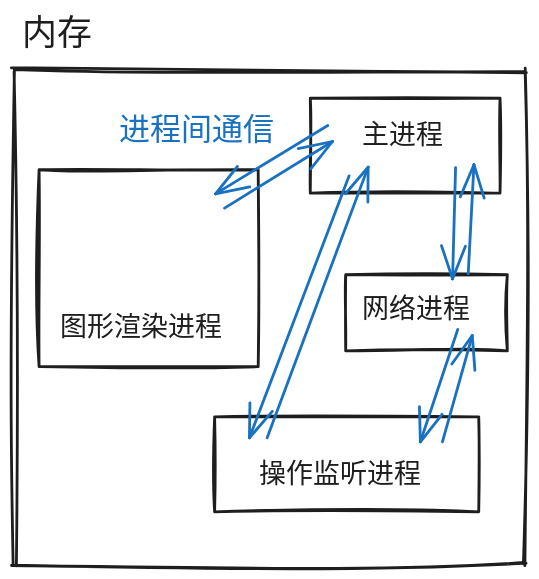
Above: 前端相关/浏览器原理/images/ram-multiprocess.svg in Linho1219/LinhoNotes (Excalidraw), before the change. Source tidied: one line per element, renumbered; positions are measured from the earlier drawing's top-left corner, leaving out a move shared by most shapes.
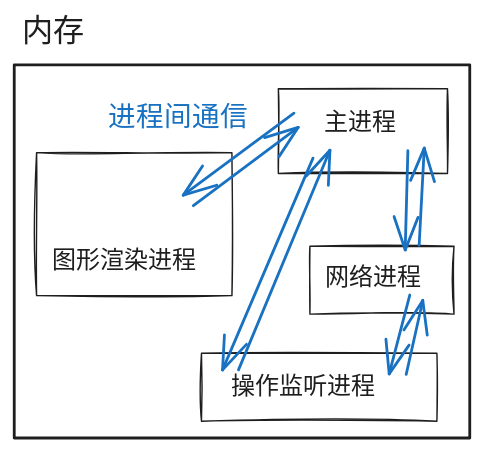
Above is the later version.

Change to the diagram source:
```diff
@@ -1,19 +1,19 @@
-{"id": 0, "type": "rectangle", "strokeColor": "#1e1e1e", "strokeWidth": 2, "roughness": 1, "x": 18, "y": 111, "width": 157, "height": 141}
+{"id": 0, "type": "rectangle", "strokeColor": "#1e1e1e", "strokeWidth": 1, "roughness": 1, "x": 36, "y": 99, "width": 140, "height": 102}
-{"id": 1, "type": "rectangle", "strokeColor": "#1e1e1e", "strokeWidth": 2, "roughness": 2, "x": 0, "y": 41, "width": 365, "height": 353}
+{"id": 1, "type": "rectangle", "strokeColor": "#1e1e1e", "strokeWidth": 2, "roughness": 0, "x": 20, "y": 36, "width": 326, "height": 267}
-{"id": 2, "type": "text", "text": "内存", "strokeColor": "#1e1e1e", "strokeWidth": 4, "roughness": 2, "fontSize": 24.92, "fontFamily": 5, "textAlign": "center", "x": 6, "y": 0, "width": 50, "height": 31}
+{"id": 2, "type": "text", "text": "内存", "strokeColor": "#1e1e1e", "strokeWidth": 4, "roughness": 2, "fontSize": 22.23, "fontFamily": 5, "textAlign": "center", "x": 25, "y": 0, "width": 44, "height": 28}
-{"id": 3, "type": "rectangle", "strokeColor": "#1e1e1e", "strokeWidth": 2, "roughness": 1, "x": 212, "y": 60, "width": 136, "height": 68}
+{"id": 3, "type": "rectangle", "strokeColor": "#1e1e1e", "strokeWidth": 1, "roughness": 1, "x": 208, "y": 53, "width": 121, "height": 61}
-{"id": 4, "type": "text", "text": "主进程", "strokeColor": "#1e1e1e", "strokeWidth": 2, "roughness": 1, "fontSize": 19.26, "fontFamily": 5, "x": 248, "y": 76, "width": 58, "height": 24}
+{"id": 4, "type": "text", "text": "主进程", "strokeColor": "#1e1e1e", "strokeWidth": 2, "roughness": 1, "fontSize": 17.18, "fontFamily": 5, "x": 241, "y": 68, "width": 52, "height": 21}
-{"id": 5, "type": "text", "text": "图形渲染进程", "strokeColor": "#1e1e1e", "strokeWidth": 2, "roughness": 1, "fontSize": 19.26, "fontFamily": 5, "x": 33, "y": 213, "width": 116, "height": 24}
+{"id": 5, "type": "text", "text": "图形渲染进程", "strokeColor": "#1e1e1e", "strokeWidth": 2, "roughness": 1, "fontSize": 17.18, "fontFamily": 5, "x": 47, "y": 167, "width": 103, "height": 21}
-{"id": 6, "type": "text", "text": "网络进程", "strokeColor": "#1e1e1e", "strokeWidth": 2, "roughness": 1, "fontSize": 19.26, "fontFamily": 5, "x": 249, "y": 200, "width": 77, "height": 24}
+{"id": 6, "type": "text", "text": "网络进程", "strokeColor": "#1e1e1e", "strokeWidth": 2, "roughness": 1, "fontSize": 17.18, "fontFamily": 5, "x": 242, "y": 179, "width": 69, "height": 21}
-{"id": 7, "type": "rectangle", "strokeColor": "#1e1e1e", "strokeWidth": 2, "roughness": 1, "x": 237, "y": 186, "width": 115, "height": 54}
+{"id": 7, "type": "rectangle", "strokeColor": "#1e1e1e", "strokeWidth": 1, "roughness": 1, "x": 231, "y": 166, "width": 103, "height": 49}
-{"id": 8, "type": "rectangle", "strokeColor": "#1e1e1e", "strokeWidth": 2, "roughness": 1, "x": 143, "y": 288, "width": 189, "height": 68}
+{"id": 8, "type": "rectangle", "strokeColor": "#1e1e1e", "strokeWidth": 1, "roughness": 1, "x": 154, "y": 242, "width": 168, "height": 49}
-{"id": 9, "type": "text", "text": "操作监听进程", "strokeColor": "#1e1e1e", "strokeWidth": 2, "roughness": 1, "fontSize": 19.26, "fontFamily": 5, "x": 175, "y": 318, "width": 116, "height": 24}
+{"id": 9, "type": "text", "text": "操作监听进程", "strokeColor": "#1e1e1e", "strokeWidth": 2, "roughness": 1, "fontSize": 17.18, "fontFamily": 5, "x": 174, "y": 256, "width": 103, "height": 21}
-{"id": 10, "type": "arrow", "strokeColor": "#1971c2", "strokeWidth": 2, "roughness": 0, "endArrowhead": "arrow", "to": 7, "x": 315, "y": 110, "width": 2, "height": 79, "points": [[0, 0], [-2, 79]]}
+{"id": 10, "type": "arrow", "strokeColor": "#1971c2", "strokeWidth": 2, "roughness": 0, "endArrowhead": "arrow", "to": 7, "x": 301, "y": 98, "width": 2, "height": 71, "points": [[0, 0], [-2, 71]]}
-{"id": 11, "type": "arrow", "strokeColor": "#1971c2", "strokeWidth": 2, "roughness": 0, "endArrowhead": "arrow", "from": 7, "x": 324, "y": 185, "width": 4, "height": 78, "points": [[0, 0], [4, -78]]}
+{"id": 11, "type": "arrow", "strokeColor": "#1971c2", "strokeWidth": 2, "roughness": 0, "endArrowhead": "arrow", "from": 7, "x": 309, "y": 165, "width": 4, "height": 69, "points": [[0, 0], [4, -69]]}
-{"id": 12, "type": "arrow", "strokeColor": "#1971c2", "strokeWidth": 2, "roughness": 0, "endArrowhead": "arrow", "from": 7, "x": 317, "y": 225, "width": 27, "height": 80, "points": [[0, 0], [-27, 80]]}
+{"id": 12, "type": "arrow", "strokeColor": "#1971c2", "strokeWidth": 2, "roughness": 0, "endArrowhead": "arrow", "from": 7, "to": 9, "x": 302, "y": 201, "width": 15, "height": 56, "points": [[0, 0], [-15, 56]]}
-{"id": 13, "type": "arrow", "strokeColor": "#1971c2", "strokeWidth": 2, "roughness": 0, "endArrowhead": "arrow", "to": 7, "x": 306, "y": 305, "width": 21, "height": 76, "points": [[0, 0], [21, -76]]}
+{"id": 13, "type": "arrow", "strokeColor": "#1971c2", "strokeWidth": 2, "roughness": 0, "endArrowhead": "arrow", "from": 8, "to": 7, "x": 300, "y": 258, "width": 12, "height": 53, "points": [[0, 0], [12, -53]]}
-{"id": 14, "type": "arrow", "strokeColor": "#1971c2", "strokeWidth": 2, "roughness": 0, "endArrowhead": "arrow", "from": 8, "x": 181, "y": 303, "width": 72, "height": 193, "points": [[0, 0], [72, -193]]}
+{"id": 14, "type": "arrow", "strokeColor": "#1971c2", "strokeWidth": 2, "roughness": 0, "endArrowhead": "arrow", "from": 9, "to": 4, "x": 180, "y": 254, "width": 65, "height": 157, "points": [[0, 0], [65, -157]]}
-{"id": 15, "type": "arrow", "strokeColor": "#1971c2", "strokeWidth": 2, "roughness": 0, "endArrowhead": "arrow", "from": 3, "to": 8, "x": 239, "y": 115, "width": 71, "height": 187, "points": [[0, 0], [-71, 187]]}
+{"id": 15, "type": "arrow", "strokeColor": "#1971c2", "strokeWidth": 2, "roughness": 0, "endArrowhead": "arrow", "from": 3, "to": 9, "x": 233, "y": 103, "width": 65, "height": 151, "points": [[0, 0], [-65, 151]]}
-{"id": 16, "type": "arrow", "strokeColor": "#1971c2", "strokeWidth": 2, "roughness": 0, "endArrowhead": "arrow", "from": 3, "to": 0, "x": 224, "y": 79, "width": 80, "height": 49, "points": [[0, 0], [-80, 49]]}
+{"id": 16, "type": "arrow", "strokeColor": "#1971c2", "strokeWidth": 2, "roughness": 0, "endArrowhead": "arrow", "from": 3, "x": 220, "y": 71, "width": 79, "height": 59, "points": [[0, 0], [-79, 59]]}
-{"id": 17, "type": "arrow", "strokeColor": "#1971c2", "strokeWidth": 2, "roughness": 0, "endArrowhead": "arrow", "from": 0, "to": 3, "x": 150, "y": 138, "width": 77, "height": 48, "points": [[0, 0], [77, -48]]}
+{"id": 17, "type": "arrow", "strokeColor": "#1971c2", "strokeWidth": 2, "roughness": 0, "endArrowhead": "arrow", "to": 3, "x": 148, "y": 137, "width": 75, "height": 56, "points": [[0, 0], [75, -56]]}
-{"id": 18, "type": "text", "text": "进程间通信", "strokeColor": "#1971c2", "strokeWidth": 1, "roughness": 1, "fontSize": 22.14, "fontFamily": 5, "x": 75, "y": 70, "width": 111, "height": 28}
+{"id": 18, "type": "text", "text": "进程间通信", "strokeColor": "#1971c2", "strokeWidth": 1, "roughness": 1, "fontSize": 19.75, "fontFamily": 5, "x": 87, "y": 62, "width": 99, "height": 25}
```
